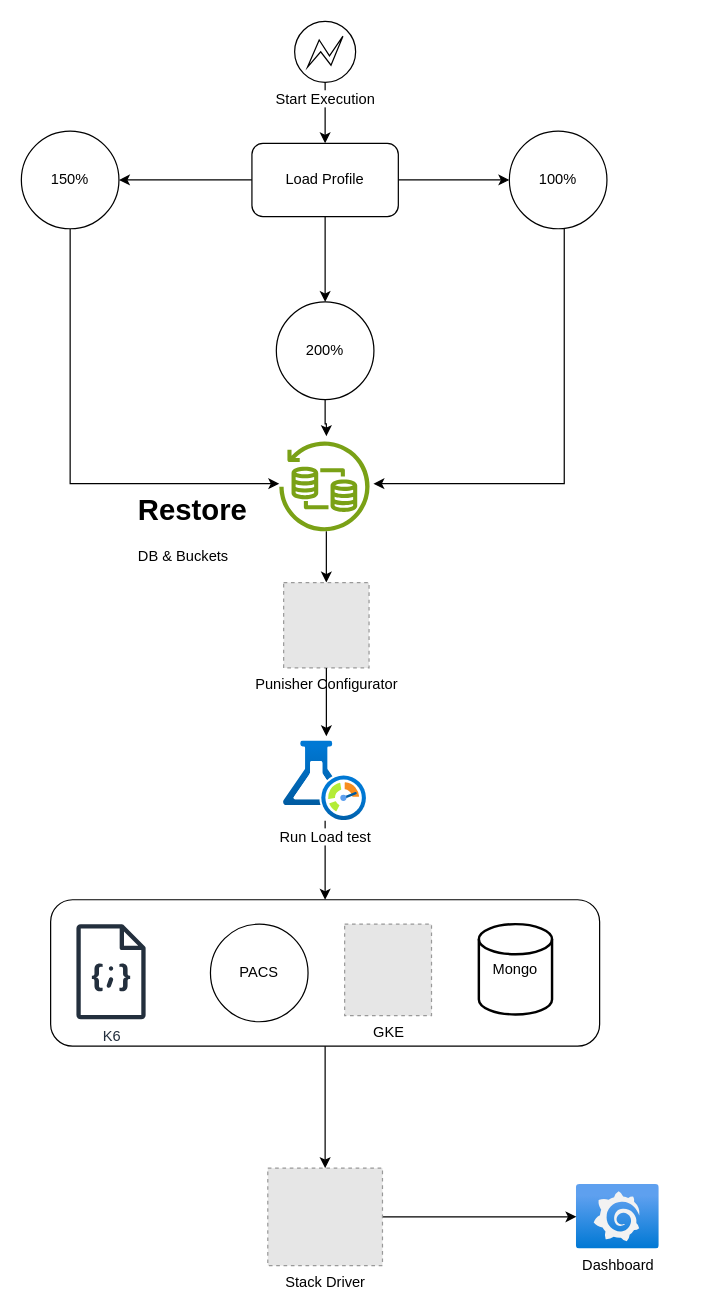
benny-abergel/daigrams keeps this draw.io diagram as Perfromance flow.drawio. Above is the earlier version. Source tidied: cells renumbered, new cells numbered last; positions are measured from the earlier drawing's top-left corner, leaving out a move shared by most shapes. Both pictures are drawn from the tidied source at 122%, with x=0, y=0 at pixel (21, 21). Pictures stored in the file or linked from it are replaced by grey dashed boxes.
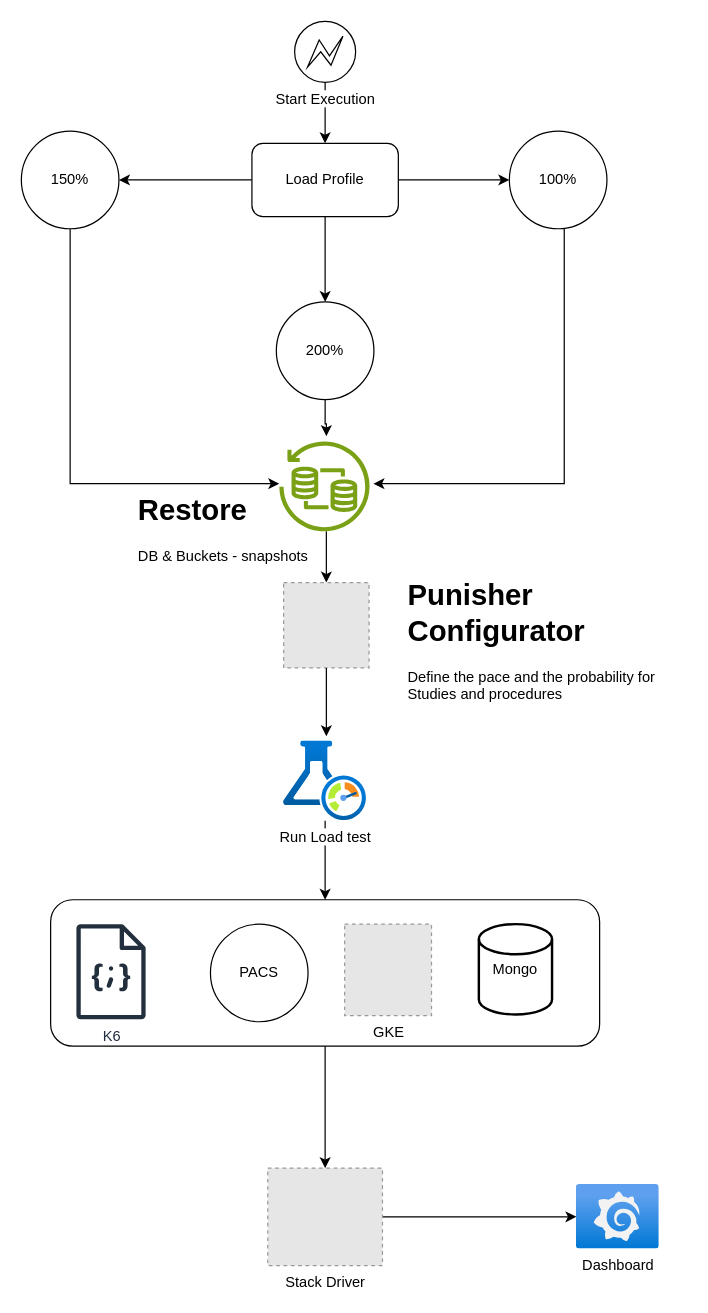
The same diagram, later.

What changed in the source:
```diff
@@
-    <mxCell id="16" value="&lt;h1 style=&quot;margin-top: 0px;&quot;&gt;Restore&lt;/h1&gt;&lt;div&gt;DB &amp;amp; Buckets&amp;nbsp;&lt;/div&gt;" style="text;html=1;whiteSpace=wrap;overflow=hidden;rounded=0;" parent="1" vertex="1">
+    <mxCell id="16" value="&lt;h1 style=&quot;margin-top: 0px;&quot;&gt;Restore&lt;/h1&gt;&lt;div&gt;DB &amp;amp; Buckets - snapshots&amp;nbsp;&lt;/div&gt;" style="text;html=1;whiteSpace=wrap;overflow=hidden;rounded=0;" parent="1" vertex="1">
       <mxGeometry x="94" y="380" width="180" height="70" as="geometry" />
     </mxCell>
-    <mxCell id="17" value="Punisher Configurator" style="fillColor=#E6E6E6;strokeColor=#999999;dashed=1;html=1;verticalAlign=top;verticalLabelPosition=bottom;labelBackgroundColor=#ffffff;" parent="1" vertex="1">
+    <mxCell id="17" style="fillColor=#E6E6E6;strokeColor=#999999;dashed=1;html=1;verticalAlign=top;verticalLabelPosition=bottom;labelBackgroundColor=#ffffff;" parent="1" vertex="1">
       <mxGeometry x="215" y="460" width="70" height="70" as="geometry" />
     </mxCell>
@@
+    <mxCell id="31" value="&lt;h1 style=&quot;margin-top: 0px;&quot;&gt;Punisher Configurator&lt;/h1&gt;&lt;p&gt;Define the pace and the probability for Studies and procedures&lt;/p&gt;" style="text;html=1;whiteSpace=wrap;overflow=hidden;rounded=0;" parent="1" vertex="1">
+      <mxGeometry x="315" y="450" width="230" height="120" as="geometry" />
+    </mxCell>
```
